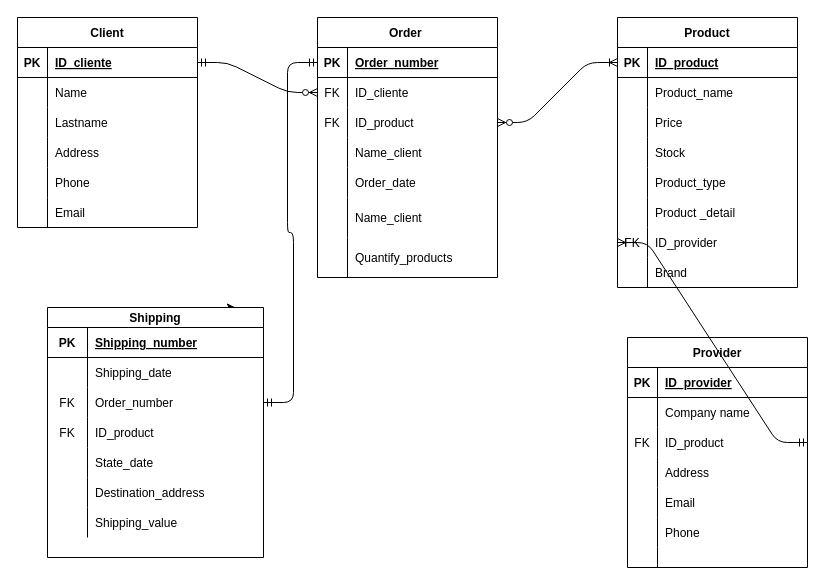
Earlier version of the draw.io diagram Untitled Diagram.drawio (LeinaPulgarinT/diagram_store). Source tidied: cells renumbered, new cells numbered last; positions are measured from the earlier drawing's top-left corner, leaving out a move shared by most shapes. Both pictures are drawn from the tidied source at 100%, with x=0, y=0 at pixel (17, 17).
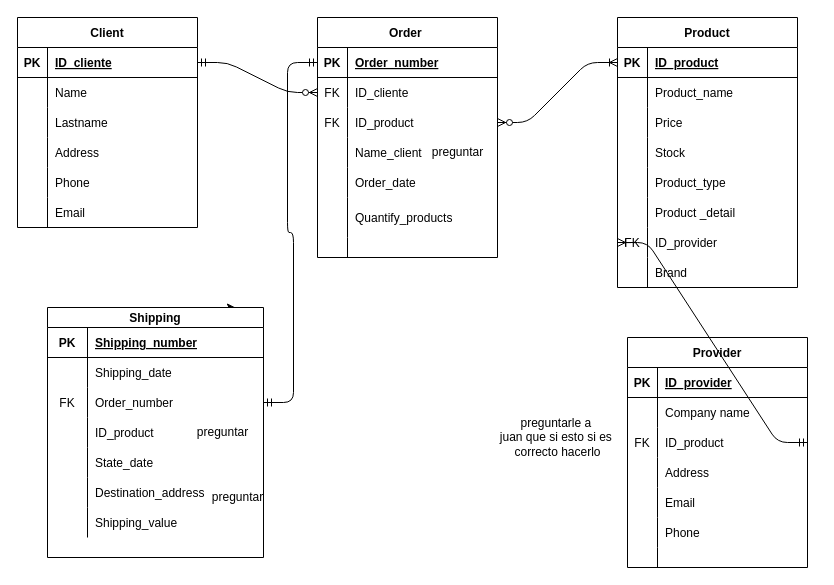
The same page after the edit.

Commit message:
eliminando informacion repetida

Unchanged cells that the change refers to:
```xml
<mxCell id="39" style="shape=partialRectangle;fillColor=none;top=0;left=0;bottom=0;right=0;" parent="23" vertex="1">
  <mxGeometry y="180" width="180" height="40" as="geometry" />
</mxCell>
<mxCell id="103" style="shape=partialRectangle;fillColor=none;top=0;left=0;bottom=0;right=0;" parent="93" vertex="1">
  <mxGeometry y="110" width="216" height="30" as="geometry" />
</mxCell>
```

What changed in the source:
```diff
@@
     <mxCell id="23" value="Order " style="shape=table;startSize=30;childLayout=tableLayout;rowLines=0;fontStyle=1;align=center;" parent="1" vertex="1">
-      <mxGeometry x="300" width="180" height="260" as="geometry" />
+      <mxGeometry x="300" width="180" height="240" as="geometry" />
     </mxCell>
@@
-    <mxCell id="41" value="Name_client" style="shape=partialRectangle;fillColor=none;top=0;left=0;bottom=0;right=0;align=left;spacingLeft=6;overflow=hidden;" parent="39" vertex="1">
+    <mxCell id="41" value="Quantify_products" style="shape=partialRectangle;fillColor=none;top=0;left=0;bottom=0;right=0;align=left;spacingLeft=6;overflow=hidden;" parent="39" vertex="1">
       <mxGeometry x="30" width="150" height="40" as="geometry" />
     </mxCell>
     <mxCell id="42" style="shape=partialRectangle;fillColor=none;top=0;left=0;bottom=0;right=0;" parent="23" vertex="1">
-      <mxGeometry y="220" width="180" height="40" as="geometry" />
+      <mxGeometry y="220" width="180" height="20" as="geometry" />
     </mxCell>
     <mxCell id="43" style="shape=partialRectangle;fillColor=none;top=0;left=0;bottom=0;right=0;overflow=hidden;" parent="42" vertex="1">
-      <mxGeometry width="30" height="40" as="geometry" />
+      <mxGeometry width="30" height="20" as="geometry" />
     </mxCell>
-    <mxCell id="44" value="Quantify_products" style="shape=partialRectangle;fillColor=none;top=0;left=0;bottom=0;right=0;align=left;spacingLeft=6;overflow=hidden;" parent="42" vertex="1">
-      <mxGeometry x="30" width="150" height="40" as="geometry" />
+    <mxCell id="44" style="shape=partialRectangle;fillColor=none;top=0;left=0;bottom=0;right=0;align=left;spacingLeft=6;overflow=hidden;" parent="42" vertex="1">
+      <mxGeometry x="30" width="150" height="20" as="geometry" />
     </mxCell>
@@
-    <mxCell id="104" value="FK" style="shape=partialRectangle;fillColor=none;top=0;left=0;bottom=0;right=0;overflow=hidden;" parent="103" vertex="1">
+    <mxCell id="104" style="shape=partialRectangle;fillColor=none;top=0;left=0;bottom=0;right=0;overflow=hidden;" parent="103" vertex="1">
       <mxGeometry width="40" height="30" as="geometry" />
     </mxCell>
@@
+    <mxCell id="117" value="preguntar" style="text;html=1;align=center;verticalAlign=middle;" parent="1" vertex="1">
+      <mxGeometry x="185" y="470" width="70" height="20" as="geometry" />
+    </mxCell>
+    <mxCell id="118" value="preguntar" style="text;html=1;align=center;verticalAlign=middle;" parent="1" vertex="1">
+      <mxGeometry x="405" y="125" width="70" height="20" as="geometry" />
+    </mxCell>
+    <mxCell id="119" value="preguntar" style="text;html=1;align=center;verticalAlign=middle;" parent="1" vertex="1">
+      <mxGeometry x="170" y="405" width="70" height="20" as="geometry" />
+    </mxCell>
+    <mxCell id="120" value="preguntarle a&amp;nbsp;&lt;br&gt;juan que si esto si es&amp;nbsp;&lt;br&gt;correcto hacerlo" style="text;html=1;align=center;verticalAlign=middle;" parent="1" vertex="1">
+      <mxGeometry x="475" y="395" width="130" height="50" as="geometry" />
+    </mxCell>
```
